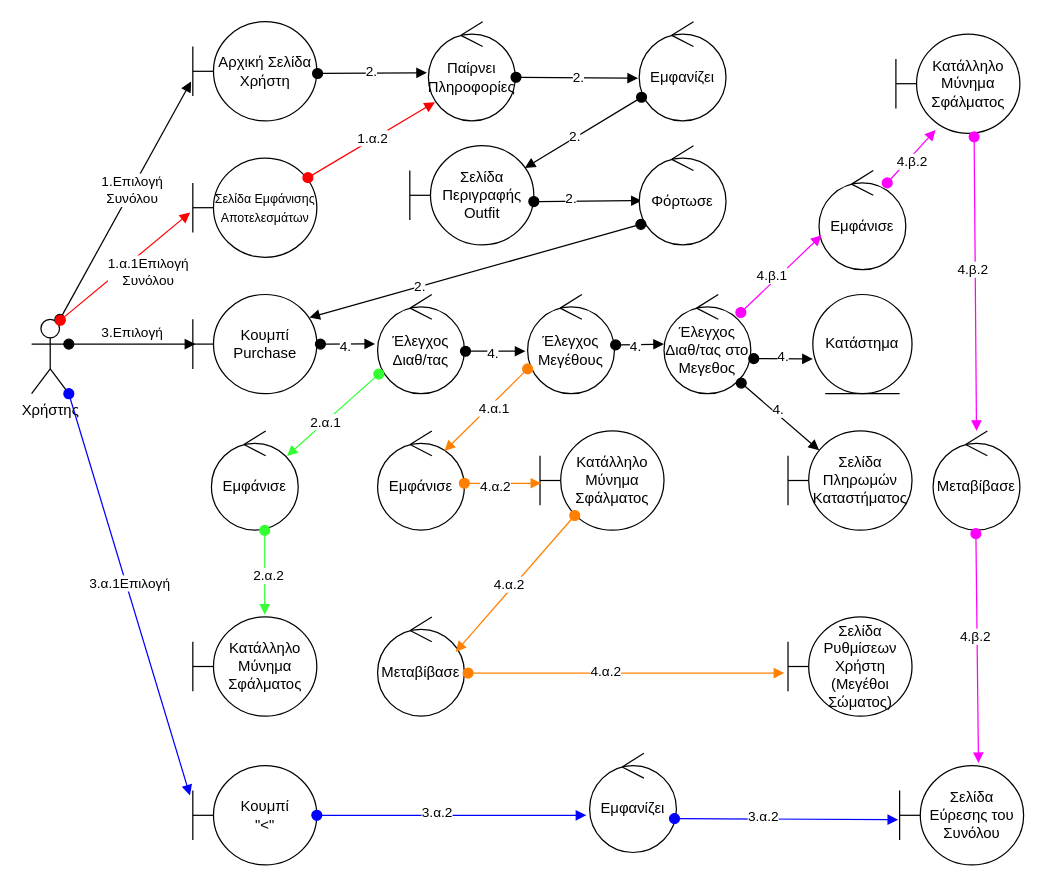
Earlier version of the draw.io diagram Παραδοτέα/v0.1/components/robustness-diagrams/Robustness_Diagram_Επιλογή_Συνόλου.drawio (WhatToWear-org/WhatToWear). Source tidied: cells renumbered, new cells numbered last; positions are measured from the earlier drawing's top-left corner, leaving out a move shared by most shapes. Both pictures are drawn from the tidied source at 124%, with x=0, y=0 at pixel (31, 21).
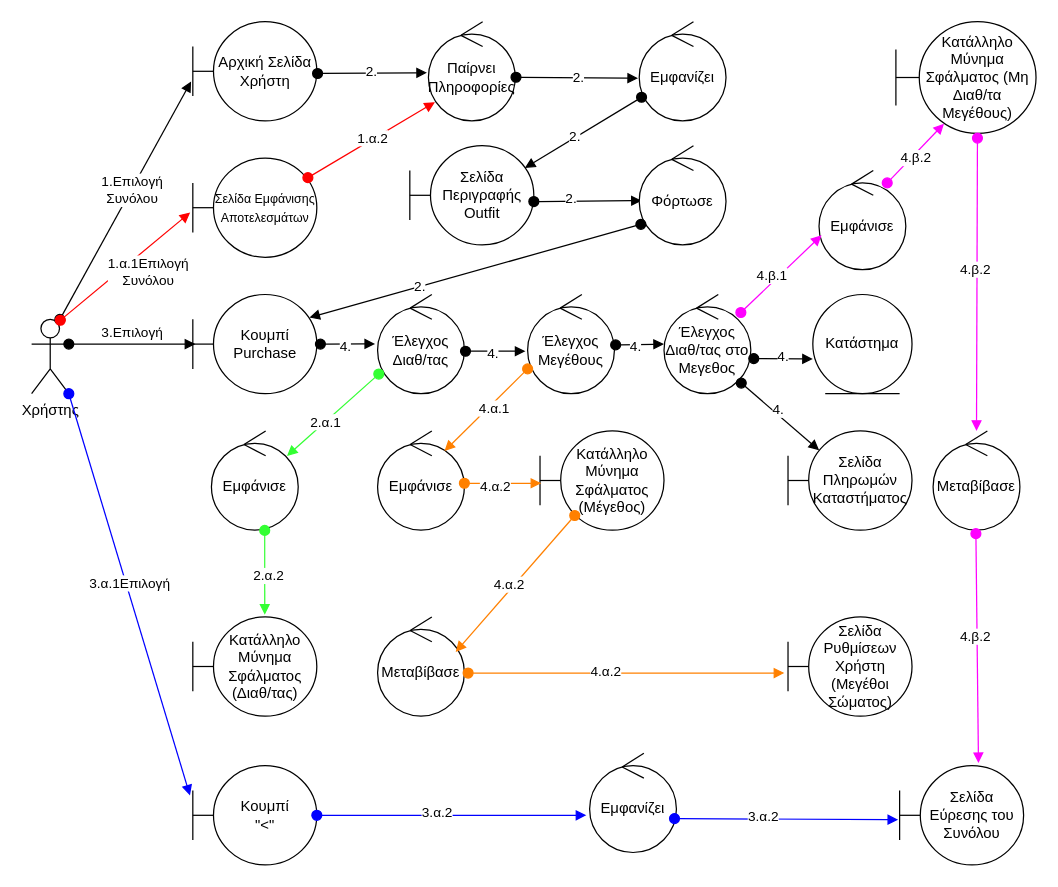
The same page after the edit.

Commit message (it also covers changes not shown here):
Add-Robustness-Diagrams

What changed in the source:
```diff
@@
-    <mxCell id="37" value="Κατάλληλο Μύνημα Σφάλματος" style="shape=umlBoundary;whiteSpace=wrap;html=1;" parent="1" vertex="1">
-      <mxGeometry x="697" y="10" width="100" height="80" as="geometry" />
+    <mxCell id="37" value="Κατάλληλο Μύνημα Σφάλματος (Μη Διαθ/τα Μεγέθους)" style="shape=umlBoundary;whiteSpace=wrap;html=1;" parent="1" vertex="1">
+      <mxGeometry x="697" width="113" height="90" as="geometry" />
     </mxCell>
@@
-    <mxCell id="53" value="Κατάλληλο Μύνημα Σφάλματος" style="shape=umlBoundary;whiteSpace=wrap;html=1;" parent="1" vertex="1">
+    <mxCell id="53" value="Κατάλληλο Μύνημα Σφάλματος (Διαθ/τας)" style="shape=umlBoundary;whiteSpace=wrap;html=1;" parent="1" vertex="1">
       <mxGeometry x="130" y="480" width="100" height="80" as="geometry" />
     </mxCell>
@@
-    <mxCell id="59" style="html=1;verticalAlign=bottom;startArrow=oval;startFill=1;endArrow=block;startSize=8;curved=0;rounded=0;entryX=0.32;entryY=0.966;entryDx=0;entryDy=0;entryPerimeter=0;strokeColor=#FF00FF;" parent="1" edge="1" target="37">
+    <mxCell id="59" style="html=1;verticalAlign=bottom;startArrow=oval;startFill=1;endArrow=block;startSize=8;curved=0;rounded=0;entryX=0.343;entryY=0.914;entryDx=0;entryDy=0;entryPerimeter=0;strokeColor=#FF00FF;" parent="1" edge="1" target="37">
       <mxGeometry relative="1" as="geometry">
         <mxPoint x="690" y="130" as="sourcePoint" />
       </mxGeometry>
     </mxCell>
@@
-    <mxCell id="62" value="Κατάλληλο Μύνημα Σφάλματος" style="shape=umlBoundary;whiteSpace=wrap;html=1;" parent="1" vertex="1">
+    <mxCell id="62" value="Κατάλληλο Μύνημα Σφάλματος (Μέγεθος)" style="shape=umlBoundary;whiteSpace=wrap;html=1;" parent="1" vertex="1">
       <mxGeometry x="410" y="330" width="100" height="80" as="geometry" />
     </mxCell>
@@
-    <mxCell id="75" style="html=1;verticalAlign=bottom;startArrow=oval;startFill=1;endArrow=block;startSize=8;curved=0;rounded=0;strokeColor=#FF00FF;exitX=0.631;exitY=1.036;exitDx=0;exitDy=0;exitPerimeter=0;" parent="1" edge="1" source="37">
+    <mxCell id="75" style="html=1;verticalAlign=bottom;startArrow=oval;startFill=1;endArrow=block;startSize=8;curved=0;rounded=0;strokeColor=#FF00FF;exitX=0.582;exitY=1.043;exitDx=0;exitDy=0;exitPerimeter=0;" parent="1" edge="1" source="37">
       <mxGeometry relative="1" as="geometry">
         <mxPoint x="762" y="330" as="targetPoint" />
       </mxGeometry>
     </mxCell>
```
